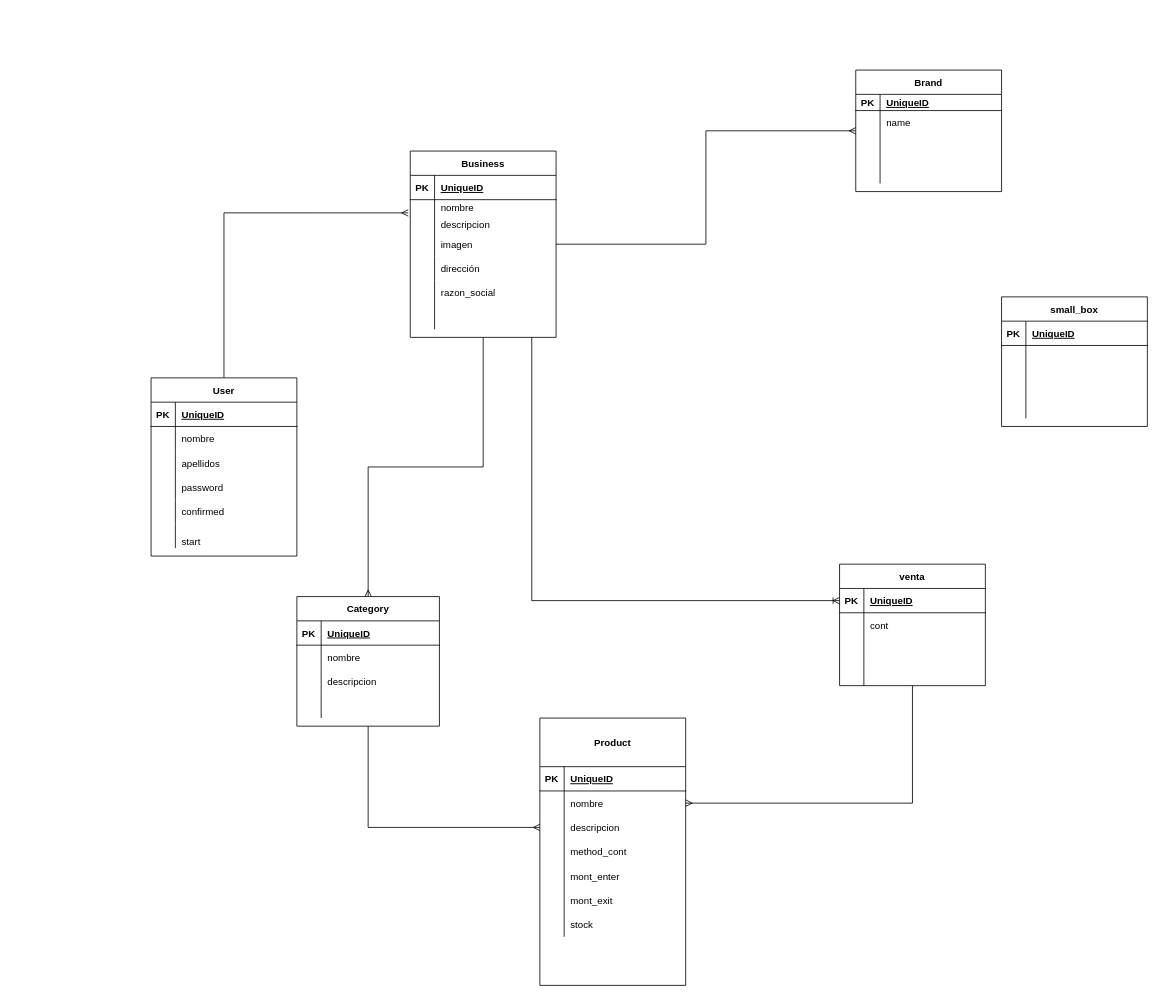
This is page "bd_store_helper" (1 of 3) of resources/bd.drawio from chickenLeobar/storeapp, a draw.io file, before an edit. Source tidied: cells renumbered, new cells numbered last; positions are measured from the earlier drawing's top-left corner, leaving out a move shared by most shapes. Both pictures are drawn from the tidied source at 81%, with x=0, y=0 at pixel (151, 70).
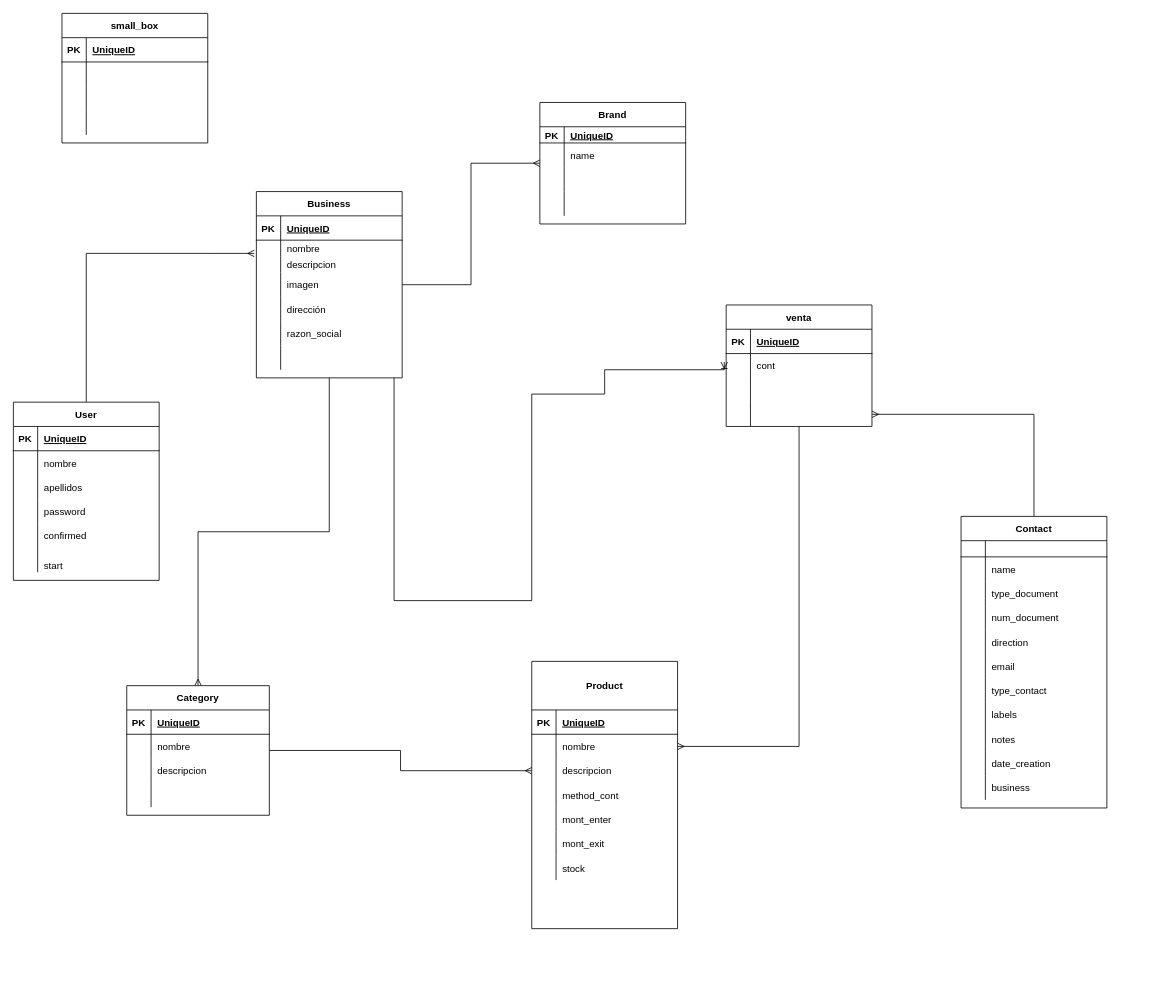
The same diagram, later.

The change refers to these unchanged cells:
```xml
<mxCell id="85" style="shape=partialRectangle;fillColor=none;top=0;left=0;bottom=1;right=0;points=[[0,0.5],[1,0.5]];portConstraint=eastwest;" parent="84" vertex="1">
  <mxGeometry y="30" width="180" height="30" as="geometry" />
</mxCell>
<mxCell id="88" style="shape=partialRectangle;fillColor=none;top=0;left=0;bottom=0;right=0;points=[[0,0.5],[1,0.5]];portConstraint=eastwest;" parent="84" vertex="1">
  <mxGeometry y="60" width="180" height="30" as="geometry" />
</mxCell>
<mxCell id="94" style="shape=partialRectangle;fillColor=none;top=0;left=0;bottom=0;right=0;points=[[0,0.5],[1,0.5]];portConstraint=eastwest;" parent="84" vertex="1">
  <mxGeometry y="120" width="180" height="30" as="geometry" />
</mxCell>
```

Diff of the diagram source:
```diff
@@
     <mxCell id="3" value="User" style="shape=table;startSize=30;childLayout=tableLayout;rowLines=0;fontStyle=1;align=center;" parent="1" vertex="1">
-      <mxGeometry y="380" width="180" height="220" as="geometry" />
+      <mxGeometry x="-170" y="410" width="180" height="220" as="geometry" />
     </mxCell>
@@
-    <mxCell id="24" style="edgeStyle=orthogonalEdgeStyle;rounded=0;jettySize=auto;html=1;endArrow=ERoneToMany;endFill=0;" parent="1" edge="1" source="25" target="85">
+    <mxCell id="24" style="edgeStyle=orthogonalEdgeStyle;rounded=0;jettySize=auto;html=1;endArrow=ERoneToMany;endFill=0;entryX=-0.013;entryY=0.349;entryDx=0;entryDy=0;entryPerimeter=0;" parent="1" edge="1" source="25" target="88">
       <mxGeometry relative="1" as="geometry">
         <Array as="points">
+          <mxPoint x="300" y="655" />
           <mxPoint x="470" y="655" />
+          <mxPoint x="470" y="400" />
+          <mxPoint x="560" y="400" />
+          <mxPoint x="560" y="370" />
         </Array>
       </mxGeometry>
     </mxCell>
     <mxCell id="25" value="Business" style="shape=table;startSize=30;childLayout=tableLayout;rowLines=0;fontStyle=1;align=center;" parent="1" vertex="1">
-      <mxGeometry x="320" y="100" width="180" height="230" as="geometry" />
+      <mxGeometry x="130" y="150" width="180" height="230" as="geometry" />
     </mxCell>
@@
     <mxCell id="47" value="Product" style="shape=table;startSize=60;childLayout=tableLayout;rowLines=0;fontStyle=1;align=center;" parent="1" vertex="1">
-      <mxGeometry x="480" y="800" width="180" height="330" as="geometry" />
+      <mxGeometry x="470" y="730" width="180" height="330" as="geometry" />
     </mxCell>
@@
     <mxCell id="70" value="Category" style="shape=table;startSize=30;childLayout=tableLayout;rowLines=0;fontStyle=1;align=center;" parent="1" vertex="1">
-      <mxGeometry x="180" y="650" width="176" height="160" as="geometry" />
+      <mxGeometry x="-30" y="760" width="176" height="160" as="geometry" />
     </mxCell>
@@
     <mxCell id="84" value="venta" style="shape=table;startSize=30;childLayout=tableLayout;rowLines=0;fontStyle=1;align=center;" parent="1" vertex="1">
-      <mxGeometry x="850" y="610" width="180" height="150" as="geometry" />
+      <mxGeometry x="710" y="290" width="180" height="150" as="geometry" />
     </mxCell>
@@
     <mxCell id="97" value="Brand" style="shape=table;startSize=30;childLayout=tableLayout;rowLines=0;fontStyle=1;align=center;" parent="1" vertex="1">
-      <mxGeometry x="870" width="180" height="150" as="geometry" />
+      <mxGeometry x="480" y="40" width="180" height="150" as="geometry" />
     </mxCell>
@@
     <mxCell id="110" value="small_box" style="shape=table;startSize=30;childLayout=tableLayout;rowLines=0;fontStyle=1;align=center;" parent="1" vertex="1">
-      <mxGeometry x="1050" y="280" width="180" height="160" as="geometry" />
+      <mxGeometry x="-110" y="-70" width="180" height="160" as="geometry" />
     </mxCell>
@@
+    <mxCell id="123" style="edgeStyle=orthogonalEdgeStyle;rounded=0;jettySize=auto;html=1;endArrow=ERmany;endFill=0;" parent="1" edge="1" source="124" target="94">
+      <mxGeometry relative="1" as="geometry" />
+    </mxCell>
+    <mxCell id="124" value="Contact" style="shape=table;startSize=30;childLayout=tableLayout;rowLines=0;fontStyle=1;align=center;" parent="1" vertex="1">
+      <mxGeometry x="1000" y="551" width="180" height="360" as="geometry" />
+    </mxCell>
+    <mxCell id="125" style="shape=partialRectangle;fillColor=none;top=0;left=0;bottom=1;right=0;" parent="124" vertex="1">
+      <mxGeometry y="30" width="180" height="20" as="geometry" />
+    </mxCell>
+    <mxCell id="126" style="shape=partialRectangle;fillColor=none;top=0;left=0;bottom=0;right=0;fontStyle=1;overflow=hidden;" parent="125" vertex="1">
+      <mxGeometry width="30" height="20" as="geometry" />
+    </mxCell>
+    <mxCell id="127" style="shape=partialRectangle;fillColor=none;top=0;left=0;bottom=0;right=0;align=left;spacingLeft=6;fontStyle=5;overflow=hidden;" parent="125" vertex="1">
+      <mxGeometry x="30" width="150" height="20" as="geometry" />
+    </mxCell>
+    <mxCell id="128" style="shape=partialRectangle;fillColor=none;top=0;left=0;bottom=0;right=0;" parent="124" vertex="1">
+      <mxGeometry y="50" width="180" height="30" as="geometry" />
+    </mxCell>
+    <mxCell id="129" style="shape=partialRectangle;fillColor=none;top=0;left=0;bottom=0;right=0;overflow=hidden;" parent="128" vertex="1">
+      <mxGeometry width="30" height="30" as="geometry" />
+    </mxCell>
+    <mxCell id="130" value="name" style="shape=partialRectangle;fillColor=none;top=0;left=0;bottom=0;right=0;align=left;spacingLeft=6;overflow=hidden;" parent="128" vertex="1">
+      <mxGeometry x="30" width="150" height="30" as="geometry" />
+    </mxCell>
+    <mxCell id="131" style="shape=partialRectangle;fillColor=none;top=0;left=0;bottom=0;right=0;" parent="124" vertex="1">
+      <mxGeometry y="80" width="180" height="30" as="geometry" />
+    </mxCell>
+    <mxCell id="132" style="shape=partialRectangle;fillColor=none;top=0;left=0;bottom=0;right=0;overflow=hidden;" parent="131" vertex="1">
+      <mxGeometry width="30" height="30" as="geometry" />
+    </mxCell>
+    <mxCell id="133" value="type_document" style="shape=partialRectangle;fillColor=none;top=0;left=0;bottom=0;right=0;align=left;spacingLeft=6;overflow=hidden;" parent="131" vertex="1">
+      <mxGeometry x="30" width="150" height="30" as="geometry" />
+    </mxCell>
+    <mxCell id="134" style="shape=partialRectangle;fillColor=none;top=0;left=0;bottom=0;right=0;" parent="124" vertex="1">
+      <mxGeometry y="110" width="180" height="30" as="geometry" />
+    </mxCell>
+    <mxCell id="135" style="shape=partialRectangle;fillColor=none;top=0;left=0;bottom=0;right=0;overflow=hidden;" parent="134" vertex="1">
+      <mxGeometry width="30" height="30" as="geometry" />
+    </mxCell>
+    <mxCell id="136" value="num_document" style="shape=partialRectangle;fillColor=none;top=0;left=0;bottom=0;right=0;align=left;spacingLeft=6;overflow=hidden;" parent="134" vertex="1">
+      <mxGeometry x="30" width="150" height="30" as="geometry" />
+    </mxCell>
+    <mxCell id="137" style="shape=partialRectangle;fillColor=none;top=0;left=0;bottom=0;right=0;" parent="124" vertex="1">
+      <mxGeometry y="140" width="180" height="30" as="geometry" />
+    </mxCell>
+    <mxCell id="138" style="shape=partialRectangle;fillColor=none;top=0;left=0;bottom=0;right=0;overflow=hidden;" parent="137" vertex="1">
+      <mxGeometry width="30" height="30" as="geometry" />
+    </mxCell>
+    <mxCell id="139" value="direction" style="shape=partialRectangle;fillColor=none;top=0;left=0;bottom=0;right=0;align=left;spacingLeft=6;overflow=hidden;" parent="137" vertex="1">
+      <mxGeometry x="30" width="150" height="30" as="geometry" />
+    </mxCell>
+    <mxCell id="140" style="shape=partialRectangle;fillColor=none;top=0;left=0;bottom=0;right=0;" parent="124" vertex="1">
+      <mxGeometry y="170" width="180" height="30" as="geometry" />
+    </mxCell>
+    <mxCell id="141" style="shape=partialRectangle;fillColor=none;top=0;left=0;bottom=0;right=0;overflow=hidden;" parent="140" vertex="1">
+      <mxGeometry width="30" height="30" as="geometry" />
+    </mxCell>
+    <mxCell id="142" value="email" style="shape=partialRectangle;fillColor=none;top=0;left=0;bottom=0;right=0;align=left;spacingLeft=6;overflow=hidden;" parent="140" vertex="1">
+      <mxGeometry x="30" width="150" height="30" as="geometry" />
+    </mxCell>
+    <mxCell id="143" style="shape=partialRectangle;fillColor=none;top=0;left=0;bottom=0;right=0;" parent="124" vertex="1">
+      <mxGeometry y="200" width="180" height="30" as="geometry" />
+    </mxCell>
+    <mxCell id="144" style="shape=partialRectangle;fillColor=none;top=0;left=0;bottom=0;right=0;overflow=hidden;" parent="143" vertex="1">
+      <mxGeometry width="30" height="30" as="geometry" />
+    </mxCell>
+    <mxCell id="145" value="type_contact" style="shape=partialRectangle;fillColor=none;top=0;left=0;bottom=0;right=0;align=left;spacingLeft=6;overflow=hidden;" parent="143" vertex="1">
+      <mxGeometry x="30" width="150" height="30" as="geometry" />
+    </mxCell>
+    <mxCell id="146" style="shape=partialRectangle;fillColor=none;top=0;left=0;bottom=0;right=0;" parent="124" vertex="1">
+      <mxGeometry y="230" width="180" height="30" as="geometry" />
+    </mxCell>
+    <mxCell id="147" style="shape=partialRectangle;fillColor=none;top=0;left=0;bottom=0;right=0;overflow=hidden;" parent="146" vertex="1">
+      <mxGeometry width="30" height="30" as="geometry" />
+    </mxCell>
+    <mxCell id="148" value="labels" style="shape=partialRectangle;fillColor=none;top=0;left=0;bottom=0;right=0;align=left;spacingLeft=6;overflow=hidden;" parent="146" vertex="1">
+      <mxGeometry x="30" width="150" height="30" as="geometry" />
+    </mxCell>
+    <mxCell id="149" style="shape=partialRectangle;fillColor=none;top=0;left=0;bottom=0;right=0;" parent="124" vertex="1">
+      <mxGeometry y="260" width="180" height="30" as="geometry" />
+    </mxCell>
+    <mxCell id="150" style="shape=partialRectangle;fillColor=none;top=0;left=0;bottom=0;right=0;overflow=hidden;" parent="149" vertex="1">
+      <mxGeometry width="30" height="30" as="geometry" />
+    </mxCell>
+    <mxCell id="151" value="notes" style="shape=partialRectangle;fillColor=none;top=0;left=0;bottom=0;right=0;align=left;spacingLeft=6;overflow=hidden;" parent="149" vertex="1">
+      <mxGeometry x="30" width="150" height="30" as="geometry" />
+    </mxCell>
+    <mxCell id="152" style="shape=partialRectangle;fillColor=none;top=0;left=0;bottom=0;right=0;" parent="124" vertex="1">
+      <mxGeometry y="290" width="180" height="30" as="geometry" />
+    </mxCell>
+    <mxCell id="153" style="shape=partialRectangle;fillColor=none;top=0;left=0;bottom=0;right=0;overflow=hidden;" parent="152" vertex="1">
+      <mxGeometry width="30" height="30" as="geometry" />
+    </mxCell>
+    <mxCell id="154" value="date_creation" style="shape=partialRectangle;fillColor=none;top=0;left=0;bottom=0;right=0;align=left;spacingLeft=6;overflow=hidden;" parent="152" vertex="1">
+      <mxGeometry x="30" width="150" height="30" as="geometry" />
+    </mxCell>
+    <mxCell id="155" style="shape=partialRectangle;fillColor=none;top=0;left=0;bottom=0;right=0;" parent="124" vertex="1">
+      <mxGeometry y="320" width="180" height="30" as="geometry" />
+    </mxCell>
+    <mxCell id="156" style="shape=partialRectangle;fillColor=none;top=0;left=0;bottom=0;right=0;overflow=hidden;" parent="155" vertex="1">
+      <mxGeometry width="30" height="30" as="geometry" />
+    </mxCell>
+    <mxCell id="157" value="business" style="shape=partialRectangle;fillColor=none;top=0;left=0;bottom=0;right=0;align=left;spacingLeft=6;overflow=hidden;" parent="155" vertex="1">
+      <mxGeometry x="30" width="150" height="30" as="geometry" />
+    </mxCell>
```
